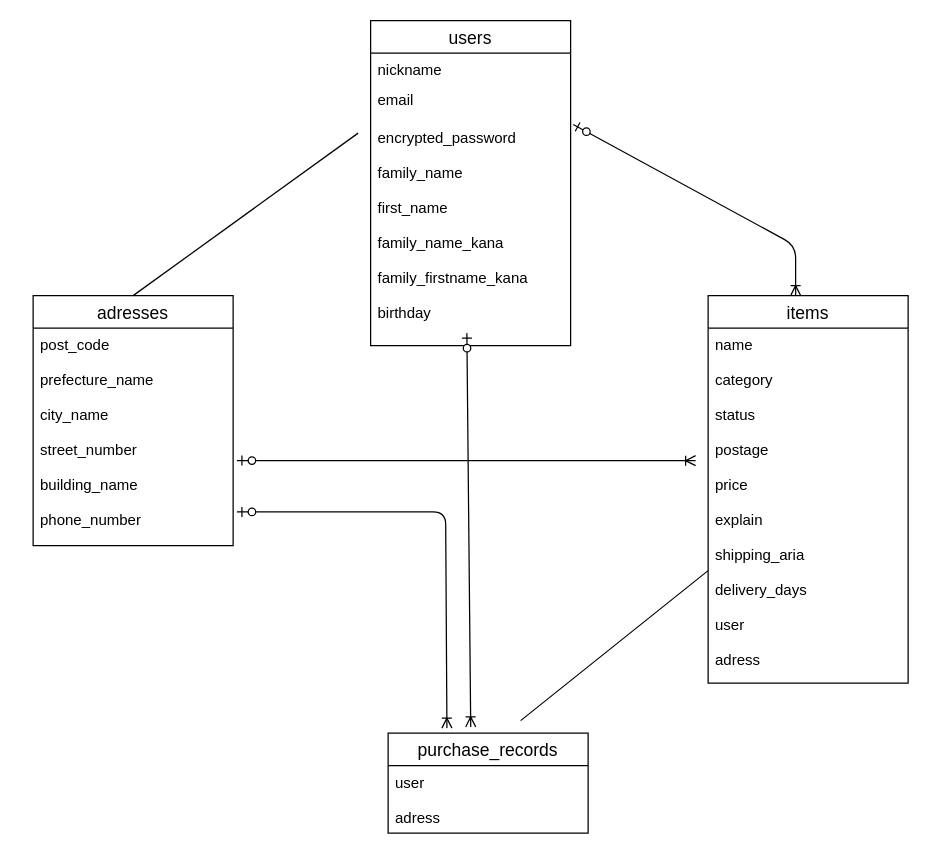
The draw.io diagram test.dio in riku79264/furima-38036, before the edit. Source tidied: cells renumbered, new cells numbered last; positions are measured from the earlier drawing's top-left corner, leaving out a move shared by most shapes. Both pictures are drawn from the tidied source at 125%, with x=0, y=0 at pixel (32, 20).
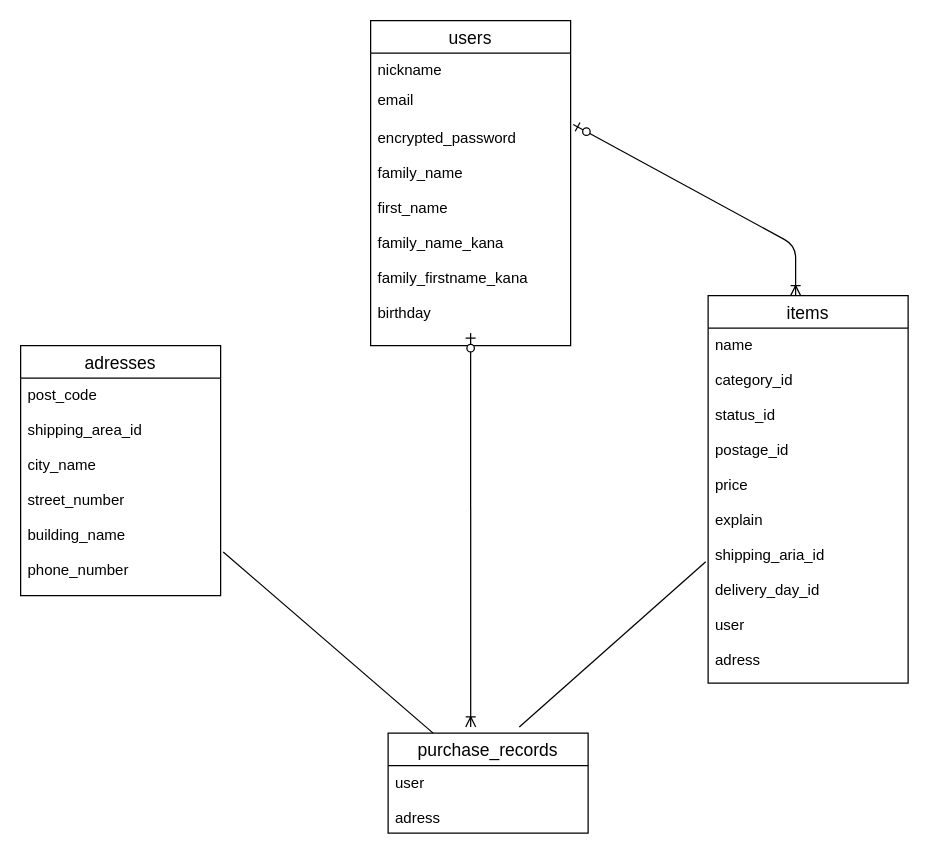
After the change.

Commit message (it also covers changes not shown here):
ER図、データベース設計修正

The change refers to these unchanged cells:
```xml
<mxCell id="2" value="purchase_records" style="swimlane;fontStyle=0;horizontal=1;startSize=26;align=center;fontSize=14;" parent="1" vertex="1">
  <mxGeometry x="284" y="570" width="160" height="80" as="geometry" />
</mxCell>
<mxCell id="4" value="items" style="swimlane;fontStyle=0;horizontal=1;startSize=26;align=center;fontSize=14;" parent="1" vertex="1">
  <mxGeometry x="540" y="220" width="160" height="310" as="geometry" />
</mxCell>
```

Diff of the diagram source:
```diff
@@
-    <mxCell id="5" value="name&#10;&#10;category&#10;&#10;status&#10;&#10;postage&#10;&#10;price&#10;&#10;explain&#10;&#10;shipping_aria&#10;&#10;delivery_days&#10;&#10;user&#10;&#10;adress" style="text;strokeColor=none;fillColor=none;spacingLeft=4;spacingRight=4;overflow=hidden;points=[[0,0.5],[1,0.5]];portConstraint=eastwest;fontSize=12;" parent="4" vertex="1">
+    <mxCell id="5" value="name&#10;&#10;category_id&#10;&#10;status_id&#10;&#10;postage_id&#10;&#10;price&#10;&#10;explain&#10;&#10;shipping_aria_id&#10;&#10;delivery_day_id&#10;&#10;user&#10;&#10;adress" style="text;strokeColor=none;fillColor=none;spacingLeft=4;spacingRight=4;overflow=hidden;points=[[0,0.5],[1,0.5]];portConstraint=eastwest;fontSize=12;" parent="4" vertex="1">
       <mxGeometry y="26" width="160" height="284" as="geometry" />
     </mxCell>
@@
     <mxCell id="10" value="adresses" style="swimlane;fontStyle=0;horizontal=1;startSize=26;align=center;fontSize=14;" parent="1" vertex="1">
-      <mxGeometry y="220" width="160" height="200" as="geometry" />
+      <mxGeometry x="-10" y="260" width="160" height="200" as="geometry" />
     </mxCell>
-    <mxCell id="11" value="post_code&#10;&#10;prefecture_name&#10;&#10;city_name&#10;&#10;street_number&#10;&#10;building_name&#10;&#10;phone_number" style="text;strokeColor=none;fillColor=none;spacingLeft=4;spacingRight=4;overflow=hidden;points=[[0,0.5],[1,0.5]];portConstraint=eastwest;fontSize=12;" parent="10" vertex="1">
+    <mxCell id="11" value="post_code&#10;&#10; shipping_area_id&#10;&#10;city_name&#10;&#10;street_number&#10;&#10;building_name&#10;&#10;phone_number" style="text;strokeColor=none;fillColor=none;spacingLeft=4;spacingRight=4;overflow=hidden;points=[[0,0.5],[1,0.5]];portConstraint=eastwest;fontSize=12;" parent="10" vertex="1">
       <mxGeometry y="26" width="160" height="174" as="geometry" />
     </mxCell>
-    <mxCell id="12" style="edgeStyle=entityRelationEdgeStyle;fontSize=12;html=1;endArrow=ERoneToMany;startArrow=ERzeroToOne;labelBackgroundColor=default;fontFamily=Helvetica;fontColor=default;strokeColor=default;shape=connector;exitX=1.019;exitY=0.609;exitDx=0;exitDy=0;exitPerimeter=0;" parent="1" edge="1" source="11">
-      <mxGeometry relative="1" as="geometry">
-        <mxPoint x="530" y="352" as="targetPoint" />
-      </mxGeometry>
-    </mxCell>
@@
     <mxCell id="14" style="fontSize=12;html=1;endArrow=ERoneToMany;startArrow=ERzeroToOne;labelBackgroundColor=default;fontFamily=Helvetica;fontColor=default;strokeColor=default;shape=connector;entryX=0.413;entryY=-0.062;entryDx=0;entryDy=0;entryPerimeter=0;" parent="1" edge="1" target="2">
       <mxGeometry relative="1" as="geometry">
-        <mxPoint x="347" y="250" as="sourcePoint" />
+        <mxPoint x="350" y="250" as="sourcePoint" />
       </mxGeometry>
     </mxCell>
-    <mxCell id="15" style="fontSize=12;html=1;endArrow=ERoneToMany;startArrow=ERzeroToOne;labelBackgroundColor=default;fontFamily=Helvetica;fontColor=default;strokeColor=default;shape=connector;edgeStyle=orthogonalEdgeStyle;exitX=1.019;exitY=0.845;exitDx=0;exitDy=0;exitPerimeter=0;entryX=0.294;entryY=-0.05;entryDx=0;entryDy=0;entryPerimeter=0;" parent="1" edge="1" source="11" target="2">
-      <mxGeometry relative="1" as="geometry">
-        <Array as="points">
-          <mxPoint x="330" y="393" />
-        </Array>
-      </mxGeometry>
-    </mxCell>
-    <mxCell id="16" style="endArrow=none;html=1;rounded=0;" parent="1" edge="1">
-      <mxGeometry relative="1" as="geometry">
-        <mxPoint x="390" y="560" as="sourcePoint" />
-        <mxPoint x="540" y="440" as="targetPoint" />
-      </mxGeometry>
+    <mxCell id="16" style="endArrow=none;html=1;rounded=0;entryX=-0.012;entryY=0.658;entryDx=0;entryDy=0;entryPerimeter=0;exitX=0.656;exitY=-0.062;exitDx=0;exitDy=0;exitPerimeter=0;" parent="1" edge="1" source="2" target="5">
+      <mxGeometry relative="1" as="geometry" />
     </mxCell>
-    <mxCell id="17" style="endArrow=none;html=1;rounded=0;exitX=0.5;exitY=0;exitDx=0;exitDy=0;" parent="1" edge="1" source="10">
+    <mxCell id="17" style="endArrow=none;html=1;rounded=0;exitX=1.013;exitY=0.799;exitDx=0;exitDy=0;exitPerimeter=0;" parent="1" edge="1" source="11">
       <mxGeometry relative="1" as="geometry">
-        <mxPoint x="260" y="90" as="targetPoint" />
+        <mxPoint x="320" y="570" as="targetPoint" />
       </mxGeometry>
     </mxCell>
```
